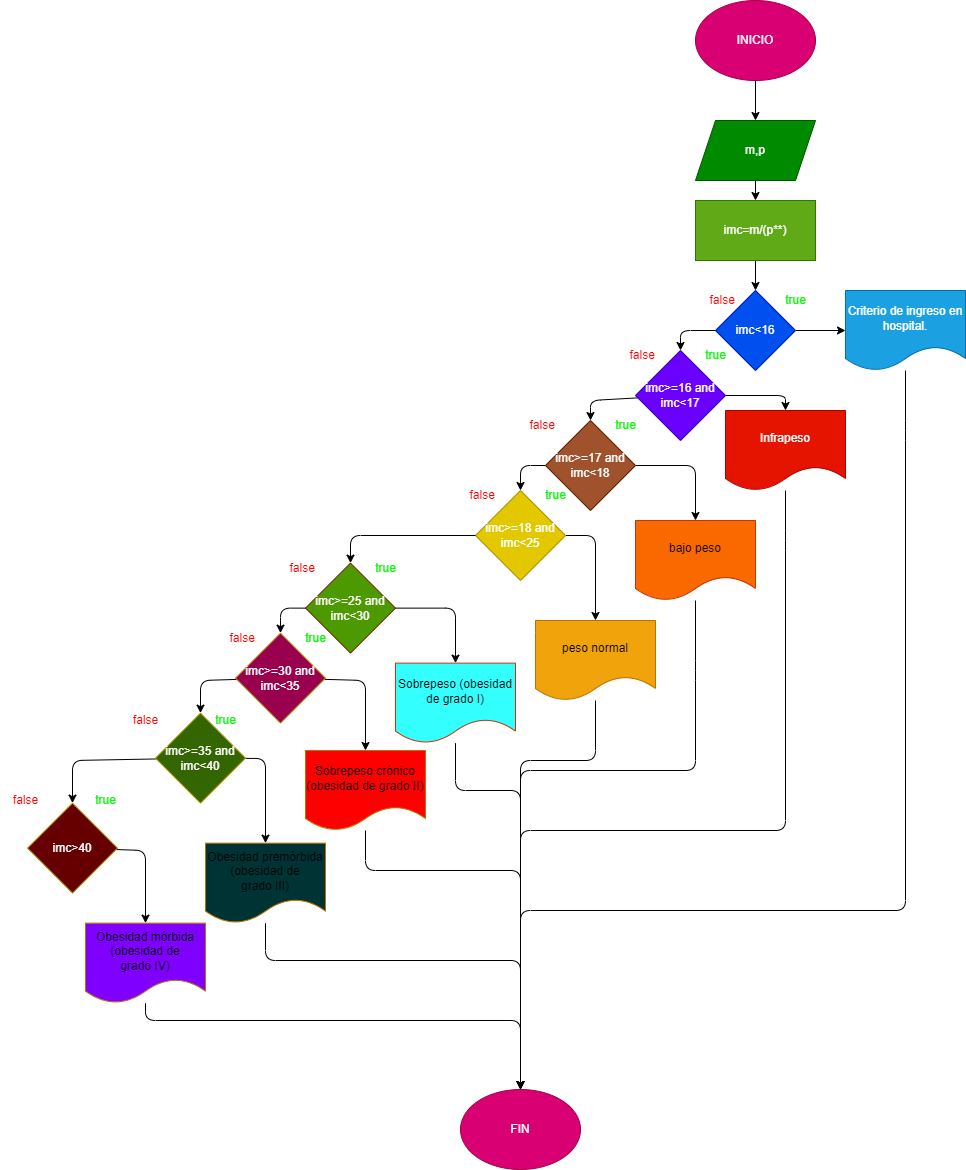
The draw.io diagram ejercicio4/diagrama.png in lisethcorrea/taller_condicionales_ejercicios, before a commit. Source tidied: cells renumbered, new cells last; positions are measured from the earlier drawing's top-left corner, leaving out a move shared by most shapes.
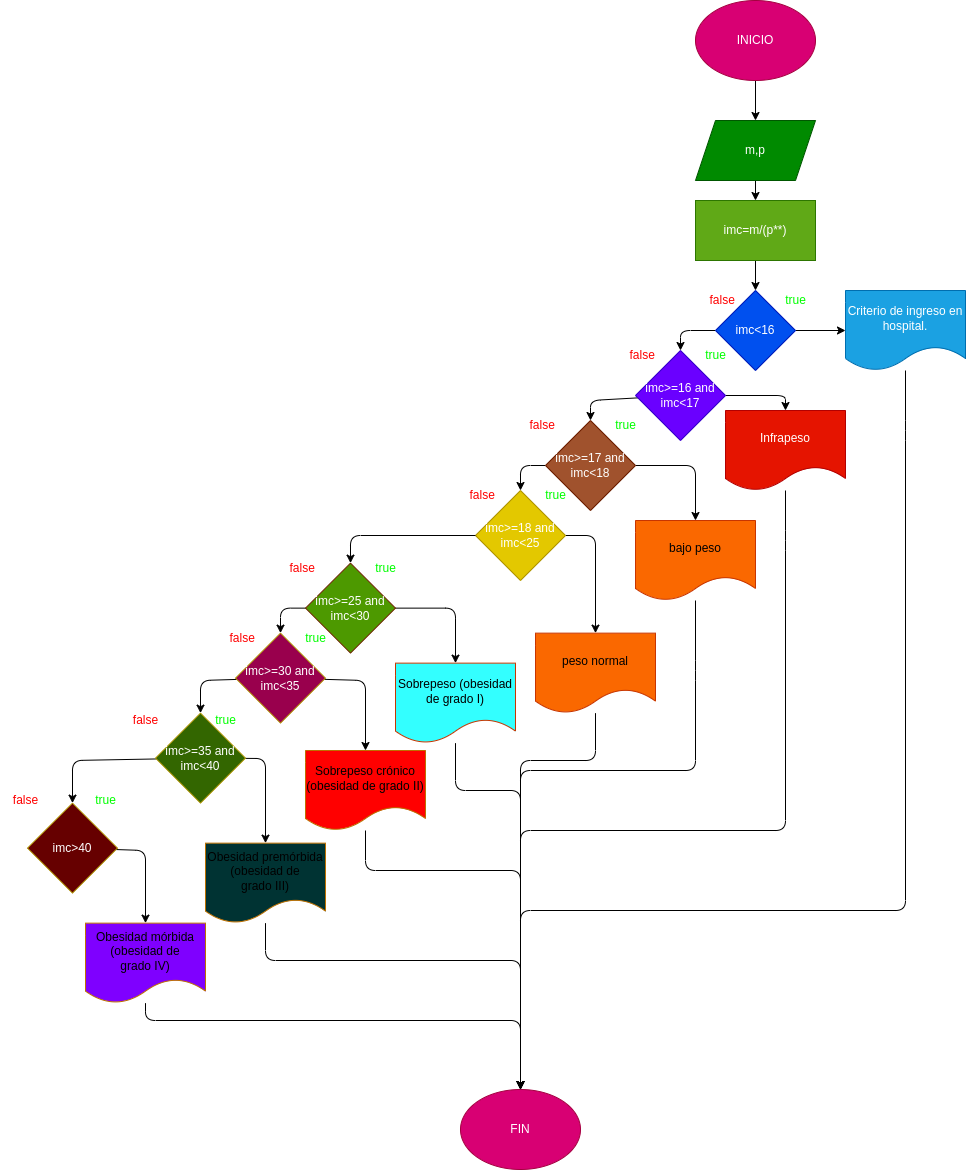
Above is the later version.

What changed in the source:
```diff
@@ -146,8 +146,8 @@
         </Array>
       </mxGeometry>
     </mxCell>
-    <mxCell id="34" value="peso normal" style="shape=document;whiteSpace=wrap;html=1;boundedLbl=1;fillColor=#f0a30a;fontColor=#000000;strokeColor=#BD7000;" parent="1" vertex="1">
-      <mxGeometry x="535" y="620" width="120" height="80" as="geometry" />
+    <mxCell id="34" value="peso normal" style="shape=document;whiteSpace=wrap;html=1;boundedLbl=1;fillColor=#fa6800;fontColor=#000000;strokeColor=#C73500;" parent="1" vertex="1">
+      <mxGeometry x="535" y="632.6" width="120" height="80" as="geometry" />
     </mxCell>
     <mxCell id="35" value="FIN" style="ellipse;whiteSpace=wrap;html=1;strokeColor=#A50040;fontColor=#ffffff;fillColor=#d80073;" parent="1" vertex="1">
       <mxGeometry x="460" y="1089" width="120" height="80" as="geometry" />
```
